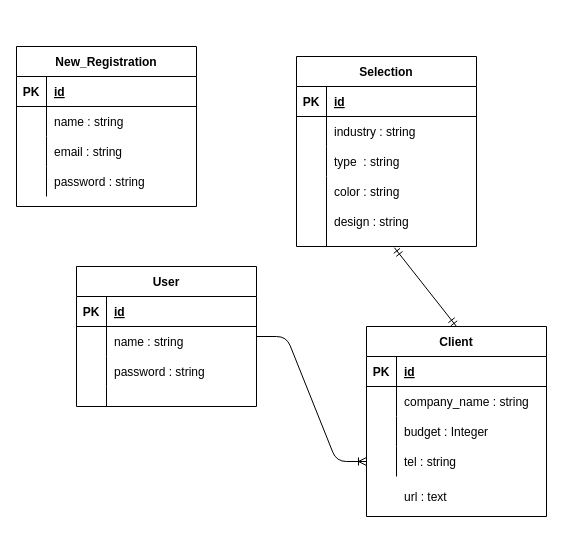
Above: er.dio in s-miyazato/cb_sayaka (draw.io), before the change. Source tidied: cells renumbered, new cells numbered last; positions are measured from the earlier drawing's top-left corner, leaving out a move shared by most shapes. Both pictures are drawn from the tidied source at 100%, with x=0, y=0 at pixel (16, 46).
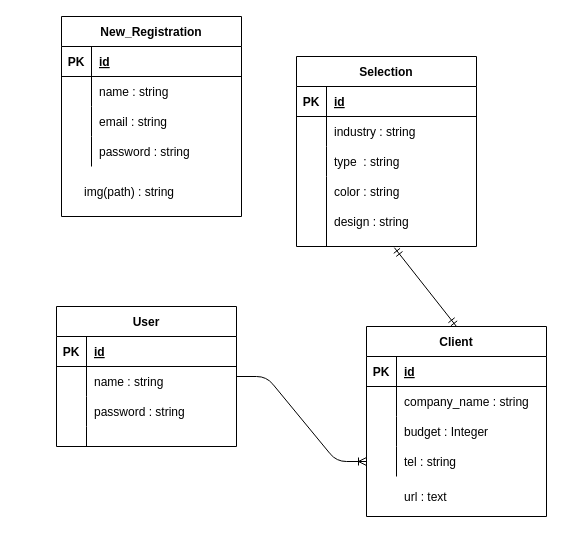
Above is the later version.

The edit, as a diff of the source:
```diff
@@
     <mxCell id="2" value="User" style="shape=table;startSize=30;childLayout=tableLayout;rowLines=0;fontStyle=1;align=center;" parent="1" vertex="1">
-      <mxGeometry x="60" y="220" width="180" height="140" as="geometry" />
+      <mxGeometry x="40" y="260" width="180" height="140" as="geometry" />
     </mxCell>
@@
     <mxCell id="48" value="New_Registration" style="shape=table;startSize=30;childLayout=tableLayout;rowLines=0;fontStyle=1;align=center;" parent="1" vertex="1">
-      <mxGeometry width="180" height="160" as="geometry" />
+      <mxGeometry x="45" y="-30" width="180" height="200" as="geometry" />
     </mxCell>
@@
+    <mxCell id="61" value="img(path) : string" style="shape=partialRectangle;fillColor=none;top=0;left=0;bottom=0;right=0;align=left;spacingLeft=6;overflow=hidden;" parent="1" vertex="1">
+      <mxGeometry x="60" y="130" width="150" height="30" as="geometry" />
+    </mxCell>
```
